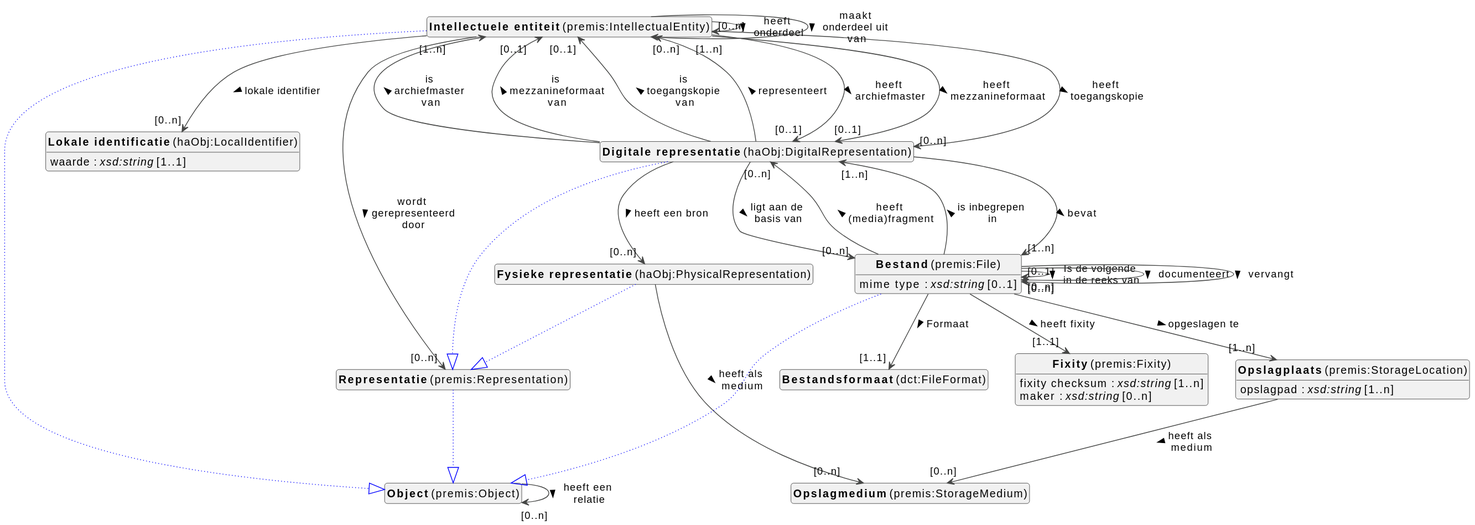
Above: docs/metadata/modellen/object-diagram.svg in viaacode/documentation-jekyll (PlantUML), before the change.
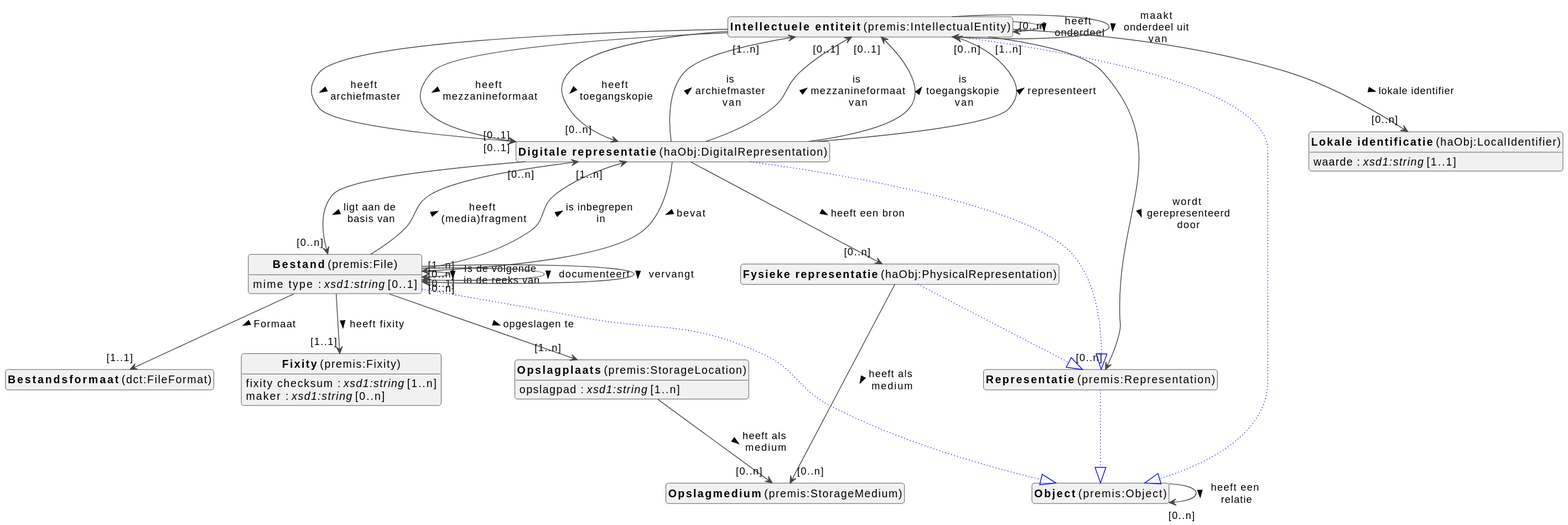
After the commit.

What changed in the source:
```diff
@@ -16,9 +16,9 @@
 class "<b>Fixity</b> (premis:Fixity)" as premis_Fixity [[#premis%3AFixity]]
 class "<b>Opslagplaats</b> (premis:StorageLocation)" as premis_StorageLocation [[#premis%3AStorageLocation]]
 class "<b>Lokale identificatie</b> (haObj:LocalIdentifier)" as haObj_LocalIdentifier [[#haObj%3ALocalIdentifier]]
+class "<b>Representatie</b> (premis:Representation)" as premis_Representation [[#premis%3ARepresentation]]
+class "<b>Opslagmedium</b> (premis:StorageMedium)" as premis_StorageMedium [[#premis%3AStorageMedium]]
 class "<b>Bestandsformaat</b> (dct:FileFormat)" as dct_FileFormat [[#dct%3AFileFormat]]
-class "<b>Opslagmedium</b> (premis:StorageMedium)" as premis_StorageMedium [[#premis%3AStorageMedium]]
-class "<b>Representatie</b> (premis:Representation)" as premis_Representation [[#premis%3ARepresentation]]
 
 
 
@@ -77,7 +77,7 @@
 premis_File --> "[1..1]" premis_Fixity : heeft fixity >
 
 premis_File --> "[1..n]" haObj_DigitalRepresentation : is inbegrepen in >
-premis_File : mime type : <i>xsd:string</i> [0..1]
+premis_File : mime type : <i>xsd1:string</i> [0..1]
 
 
 premis_File --> "[1..n]" premis_StorageLocation : opgeslagen te >
@@ -85,26 +85,26 @@
 premis_File --> "[0..n]" premis_File : vervangt >
 
 
-premis_Fixity : fixity checksum : <i>xsd:string</i> [1..n]
+premis_Fixity : fixity checksum : <i>xsd1:string</i> [1..n]
 
-premis_Fixity : maker : <i>xsd:string</i> [0..n]
+premis_Fixity : maker : <i>xsd1:string</i> [0..n]
 
 
 
 
 premis_StorageLocation --> "[0..n]" premis_StorageMedium : heeft als medium >
-premis_StorageLocation : opslagpad : <i>xsd:string</i> [1..n]
+premis_StorageLocation : opslagpad : <i>xsd1:string</i> [1..n]
 
 
 
-haObj_LocalIdentifier : waarde : <i>xsd:string</i> [1..1]
+haObj_LocalIdentifier : waarde : <i>xsd1:string</i> [1..1]
+
+
+premis_Representation --|> premis_Object #blue;line.dotted;text:blue
 
 
 
 
-
-
-premis_Representation --|> premis_Object #blue;line.dotted;text:blue
 
 
 
```
